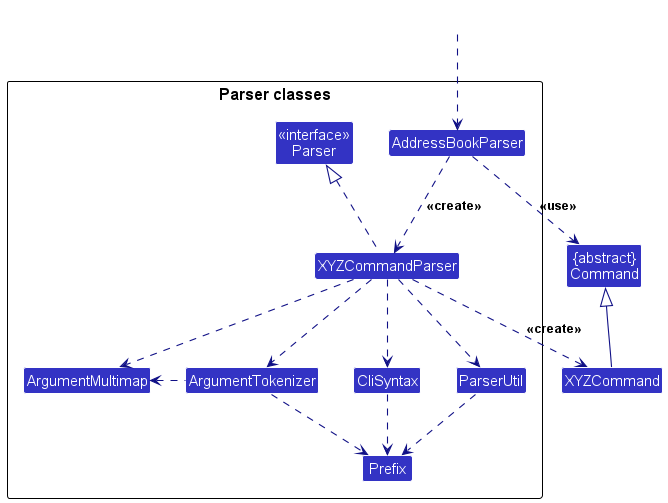
The PlantUML diagram docs/images/ParserClasses.png in nus-cs2103-AY2425S1/tp, before a commit.
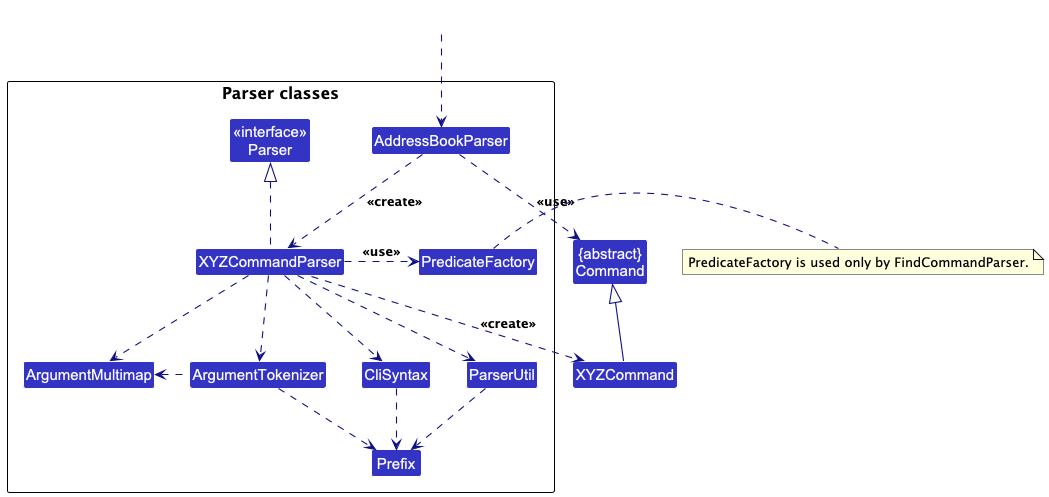
After the change.

Commit message:
UML Parser classes: Update diagram to match implementation

Change to the diagram source:
```diff
@@ -15,6 +15,7 @@
 Class ParserUtil
 Class ArgumentMultimap
 Class ArgumentTokenizer
+Class PredicateFactory
 Class Prefix
 }
 
@@ -31,8 +32,14 @@
 ArgumentTokenizer .left.> ArgumentMultimap
 XYZCommandParser ..> CliSyntax
 CliSyntax ..> Prefix
+XYZCommandParser ..right> PredicateFactory : <<use>>
 XYZCommandParser ..> ParserUtil
 ParserUtil .down.> Prefix
 ArgumentTokenizer .down.> Prefix
 XYZCommand -up-|> Command
+
+note right of PredicateFactory
+PredicateFactory is used only by FindCommandParser.
+end note
+
 @enduml
```
